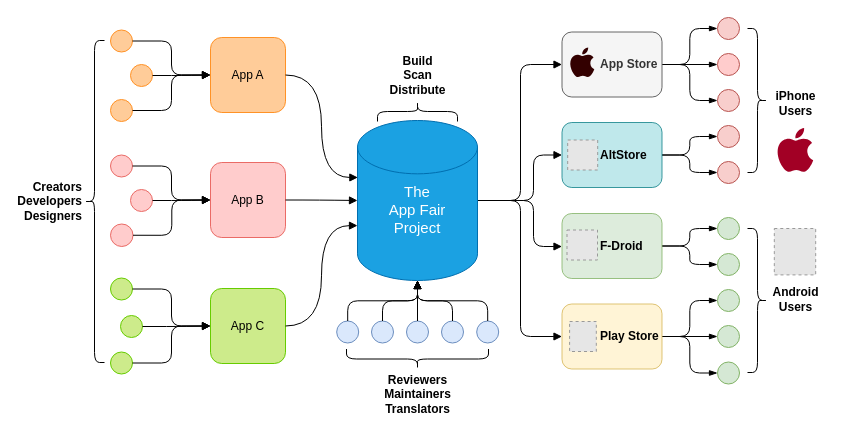
Above: page "appfair-project" (1 of 8) of assets/images/appfair-project.drawio in fairapps/fairapps.github.io (draw.io), before the change. Source tidied: cells renumbered, new cells numbered last; positions are measured from the earlier drawing's top-left corner, leaving out a move shared by most shapes. Both pictures are drawn from the tidied source at 100%, with x=0, y=0 at pixel (84, 17). Pictures stored in the file or linked from it are replaced by grey dashed boxes.
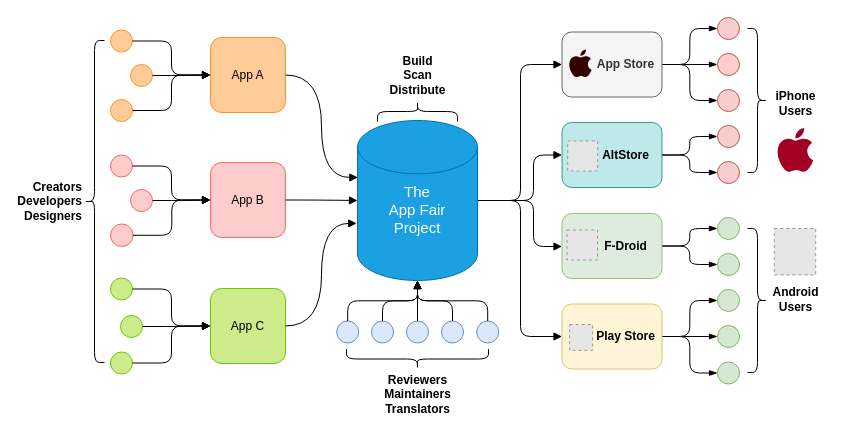
The same diagram, later.

The change refers to these unchanged cells:
```xml
<mxCell id="13" value="&lt;span style=&quot;font-size: 15px;&quot;&gt;&lt;br style=&quot;font-size: 15px;&quot;&gt;The&lt;br style=&quot;font-size: 15px;&quot;&gt;App Fair&lt;br style=&quot;font-size: 15px;&quot;&gt;Project&lt;/span&gt;" style="strokeWidth=1;html=1;shape=mxgraph.flowchart.database;whiteSpace=wrap;fillColor=#1ba1e2;strokeColor=#006EAF;fontColor=#ffffff;fontStyle=0;fontSize=15;" parent="1" vertex="1">
  <mxGeometry x="273" y="103" width="120" height="160" as="geometry" />
</mxCell>
<mxCell id="16" value="App C" style="strokeWidth=1;html=1;shape=label;whiteSpace=wrap;fillColor=#cdeb8b;strokeColor=#66CC00;rounded=1;" parent="1" vertex="1">
  <mxGeometry x="126" y="271" width="75" height="75" as="geometry" />
</mxCell>
```

The edit, as a diff of the source:
```diff
@@
-    <mxCell id="4" value="AltStore" style="whiteSpace=wrap;html=1;fillColor=#b0e3e6;strokeColor=#0e8088;rounded=1;strokeWidth=1;fontStyle=1;fontSize=12;spacingLeft=36;opacity=80;align=left;" parent="1" vertex="1">
+    <mxCell id="4" value="AltStore" style="whiteSpace=wrap;html=1;fillColor=#b0e3e6;strokeColor=#0e8088;rounded=1;strokeWidth=1;fontStyle=1;fontSize=12;spacingLeft=27;opacity=80;" parent="1" vertex="1">
       <mxGeometry x="477.5" y="105" width="100" height="65" as="geometry" />
     </mxCell>
@@
-    <mxCell id="17" style="edgeStyle=orthogonalEdgeStyle;rounded=0;jettySize=auto;html=1;exitX=1;exitY=0.5;exitDx=0;exitDy=0;exitPerimeter=0;entryX=0;entryY=0.657;entryDx=0;entryDy=0;entryPerimeter=0;curved=1;endArrow=block;endFill=1;" parent="1" edge="1" source="16" target="13">
+    <mxCell id="17" style="edgeStyle=orthogonalEdgeStyle;rounded=0;jettySize=auto;html=1;exitX=1;exitY=0.5;exitDx=0;exitDy=0;exitPerimeter=0;entryX=-0.007;entryY=0.643;entryDx=0;entryDy=0;entryPerimeter=0;curved=1;endArrow=block;endFill=1;" parent="1" edge="1" source="16" target="13">
       <mxGeometry relative="1" as="geometry" />
     </mxCell>
@@
-    <mxCell id="56" value="App Store" style="whiteSpace=wrap;html=1;rounded=1;fontStyle=1;fontSize=12;spacingLeft=36;fillColor=#f5f5f5;fontColor=#333333;strokeColor=#666666;align=left;" parent="1" vertex="1">
+    <mxCell id="56" value="App Store" style="whiteSpace=wrap;html=1;rounded=1;fontStyle=1;fontSize=12;spacingLeft=27;fillColor=#f5f5f5;fontColor=#333333;strokeColor=#666666;" parent="1" vertex="1">
       <mxGeometry x="477.5" y="14.5" width="100" height="65" as="geometry" />
     </mxCell>
@@
-    <mxCell id="63" value="Play Store" style="whiteSpace=wrap;html=1;rounded=1;fontStyle=1;fontSize=12;spacingLeft=36;fillColor=#fff2cc;strokeColor=#d6b656;opacity=80;align=left;" parent="1" vertex="1">
+    <mxCell id="63" value="Play Store" style="whiteSpace=wrap;html=1;rounded=1;fontStyle=1;fontSize=12;spacingLeft=27;fillColor=#fff2cc;strokeColor=#d6b656;opacity=80;" parent="1" vertex="1">
       <mxGeometry x="477.5" y="286.5" width="100" height="65" as="geometry" />
     </mxCell>
@@
-    <mxCell id="75" value="F-Droid" style="whiteSpace=wrap;html=1;fillColor=#d5e8d4;strokeColor=#82b366;rounded=1;strokeWidth=1;align=left;labelPosition=center;verticalLabelPosition=middle;verticalAlign=middle;fontStyle=1;fontSize=12;spacingLeft=36;opacity=80;" parent="1" vertex="1">
+    <mxCell id="75" value="F-Droid" style="whiteSpace=wrap;html=1;fillColor=#d5e8d4;strokeColor=#82b366;rounded=1;strokeWidth=1;align=center;labelPosition=center;verticalLabelPosition=middle;verticalAlign=middle;fontStyle=1;fontSize=12;spacingLeft=27;opacity=80;" parent="1" vertex="1">
       <mxGeometry x="477.5" y="196" width="100" height="65" as="geometry" />
     </mxCell>
@@
     <mxCell id="77" style="fillColor=#E6E6E6;strokeColor=#999999;dashed=1;verticalLabelPosition=bottom;labelBackgroundColor=default;verticalAlign=top;" parent="1" vertex="1">
-      <mxGeometry x="483.2" y="122.5" width="30" height="30" as="geometry" />
+      <mxGeometry x="483.2" y="123.5" width="30" height="30" as="geometry" />
     </mxCell>
     <mxCell id="78" style="dashed=0;html=1;align=center;labelPosition=center;verticalLabelPosition=bottom;verticalAlign=top;shape=mxgraph.weblogos.apple;fillColor=#330000;strokeColor=none;fontColor=#333333;strokeWidth=1;" parent="1" vertex="1">
-      <mxGeometry x="485.2" y="30" width="24.6" height="30" as="geometry" />
+      <mxGeometry x="484.2" y="32" width="22.9" height="28" as="geometry" />
     </mxCell>
     <mxCell id="79" style="fillColor=#E6E6E6;strokeColor=#999999;dashed=1;verticalLabelPosition=bottom;labelBackgroundColor=default;verticalAlign=top;" parent="1" vertex="1">
-      <mxGeometry x="485.1" y="304" width="26.7" height="30" as="geometry" />
+      <mxGeometry x="485.1" y="307" width="23" height="25.9" as="geometry" />
     </mxCell>
```
